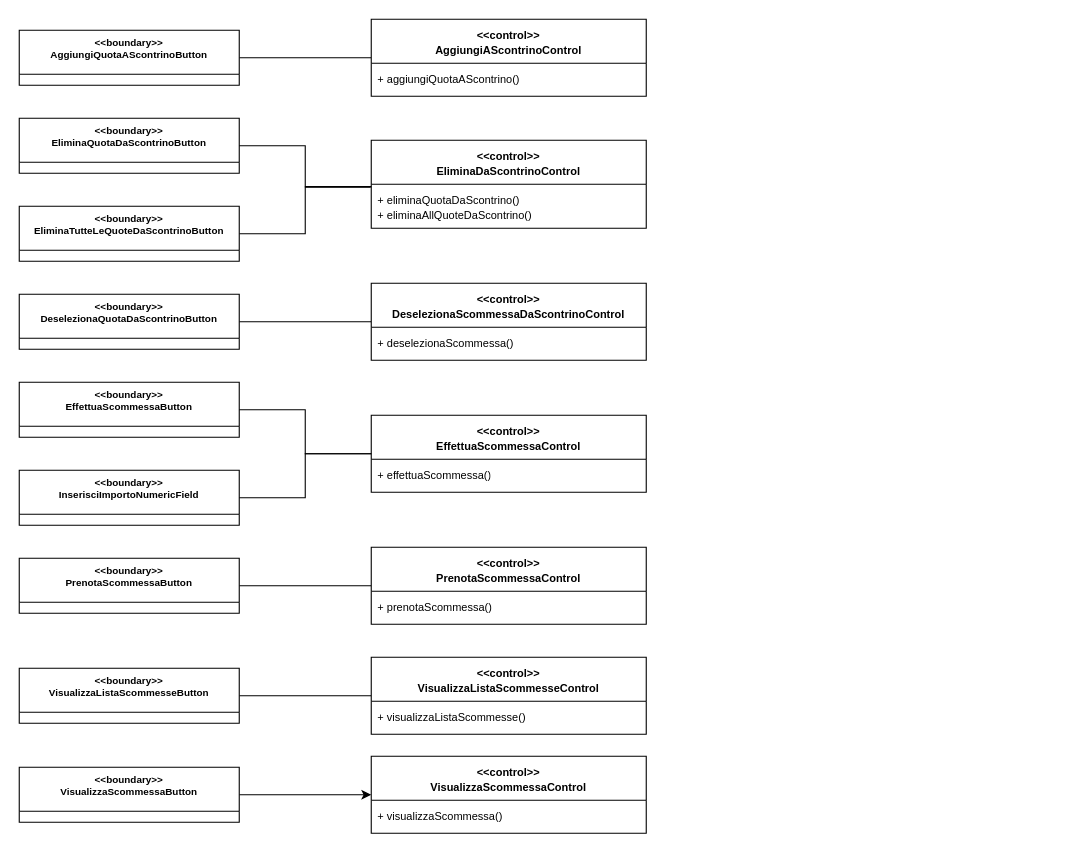
Above: MO_GSC_1.drawio in RaffyManzo/ISProject (draw.io), before the change. Source tidied: cells renumbered, new cells numbered last; positions are measured from the earlier drawing's top-left corner, leaving out a move shared by most shapes. Both pictures are drawn from the tidied source at 110%, with x=0, y=0 at pixel (19, 19).
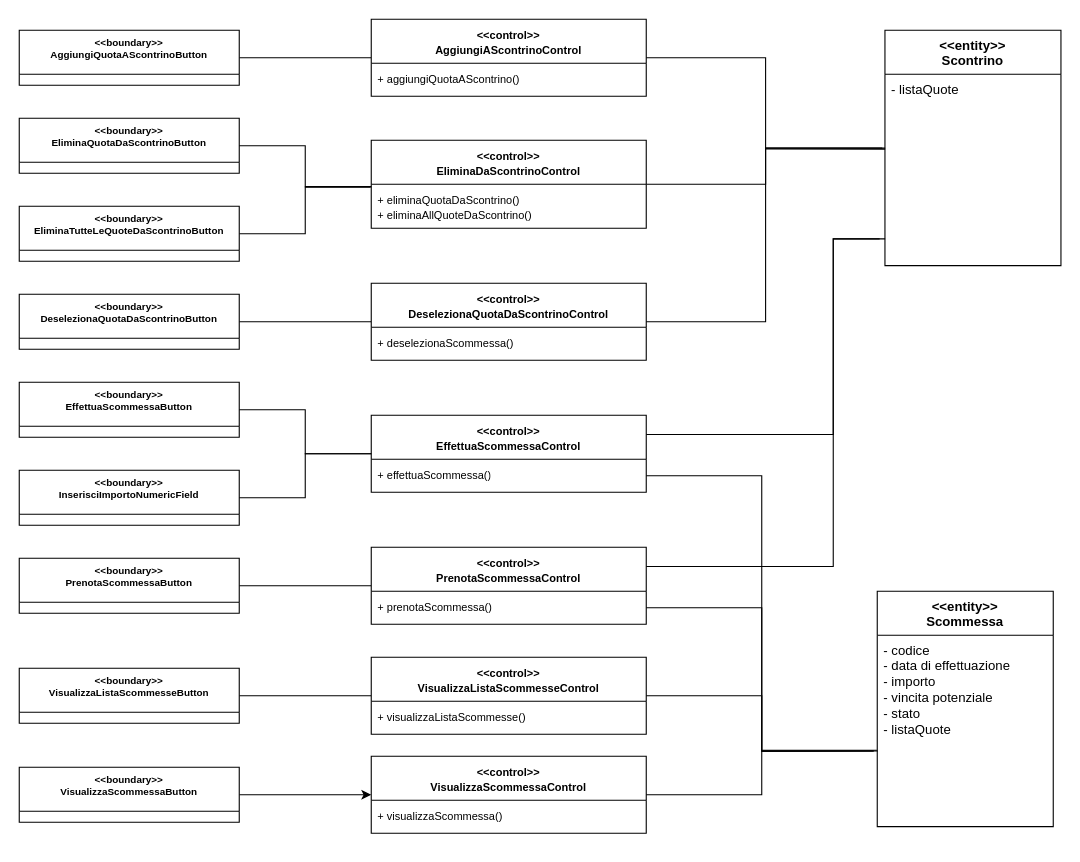
The same diagram, later.

The change refers to these unchanged cells:
```xml
<mxCell id="17" value="&lt;font style=&quot;font-size: 10px;&quot;&gt;&amp;lt;&amp;lt;control&amp;gt;&amp;gt;&lt;br&gt;&lt;span id=&quot;docs-internal-guid-7ee03893-7fff-98da-c368-7b05f4dbbb7c&quot; style=&quot;font-family: &amp;quot;Century Gothic&amp;quot;, sans-serif; color: rgb(0, 0, 0); background-color: transparent; font-weight: 700; font-style: normal; font-variant: normal; text-decoration: none; vertical-align: baseline; white-space: pre-wrap;&quot;&gt;AggiungiAScontrinoControl&lt;/span&gt;&lt;/font&gt;&lt;br&gt;&lt;br&gt;&lt;font style=&quot;font-size: 9px;&quot;&gt;&lt;br&gt;&lt;/font&gt;&lt;div&gt;&lt;br/&gt;&lt;/div&gt;" style="swimlane;fontStyle=1;align=center;verticalAlign=top;horizontal=1;startSize=40;whiteSpace=wrap;html=1;" parent="1" vertex="1">
  <mxGeometry x="320" width="250" height="70" as="geometry" />
</mxCell>
<mxCell id="19" value="&lt;font style=&quot;font-size: 10px;&quot;&gt;&amp;lt;&amp;lt;control&amp;gt;&amp;gt;&lt;br&gt;&lt;span id=&quot;docs-internal-guid-7ee03893-7fff-98da-c368-7b05f4dbbb7c&quot; style=&quot;font-family: &amp;quot;Century Gothic&amp;quot;, sans-serif; color: rgb(0, 0, 0); background-color: transparent; font-weight: 700; font-style: normal; font-variant: normal; text-decoration: none; vertical-align: baseline; white-space: pre-wrap;&quot;&gt;EliminaDaScontrinoControl&lt;/span&gt;&lt;/font&gt;&lt;br&gt;&lt;br&gt;&lt;font style=&quot;font-size: 9px;&quot;&gt;&lt;br&gt;&lt;/font&gt;&lt;div&gt;&lt;br&gt;&lt;/div&gt;" style="swimlane;fontStyle=1;align=center;verticalAlign=top;horizontal=1;startSize=40;whiteSpace=wrap;html=1;" parent="1" vertex="1">
  <mxGeometry x="320" y="110" width="250" height="80" as="geometry" />
</mxCell>
<mxCell id="22" value="&lt;font style=&quot;font-size: 10px;&quot;&gt;&amp;lt;&amp;lt;control&amp;gt;&amp;gt;&lt;br&gt;&lt;span id=&quot;docs-internal-guid-7ee03893-7fff-98da-c368-7b05f4dbbb7c&quot; style=&quot;font-family: &amp;quot;Century Gothic&amp;quot;, sans-serif; color: rgb(0, 0, 0); background-color: transparent; font-weight: 700; font-style: normal; font-variant: normal; text-decoration: none; vertical-align: baseline; white-space: pre-wrap;&quot;&gt;PrenotaScommessaControl&lt;/span&gt;&lt;/font&gt;&lt;br&gt;&lt;br&gt;&lt;font style=&quot;font-size: 9px;&quot;&gt;&lt;br&gt;&lt;/font&gt;&lt;div&gt;&lt;br&gt;&lt;/div&gt;" style="swimlane;fontStyle=1;align=center;verticalAlign=top;horizontal=1;startSize=40;whiteSpace=wrap;html=1;" parent="1" vertex="1">
  <mxGeometry x="320" y="480" width="250" height="70" as="geometry" />
</mxCell>
<mxCell id="23" value="&lt;font style=&quot;font-size: 10px;&quot;&gt;+ prenotaScommessa()&lt;/font&gt;" style="text;strokeColor=none;fillColor=none;align=left;verticalAlign=top;spacingLeft=4;spacingRight=4;overflow=hidden;points=[[0,0.5],[1,0.5]];portConstraint=eastwest;whiteSpace=wrap;html=1;" parent="22" vertex="1">
  <mxGeometry y="40" width="250" height="30" as="geometry" />
</mxCell>
<mxCell id="24" value="&lt;font style=&quot;font-size: 10px;&quot;&gt;&amp;lt;&amp;lt;control&amp;gt;&amp;gt;&lt;br&gt;EffettuaScommessaControl&lt;/font&gt;&lt;br&gt;&lt;br&gt;&lt;font style=&quot;font-size: 9px;&quot;&gt;&lt;br&gt;&lt;/font&gt;&lt;div&gt;&lt;br&gt;&lt;/div&gt;" style="swimlane;fontStyle=1;align=center;verticalAlign=top;horizontal=1;startSize=40;whiteSpace=wrap;html=1;" parent="1" vertex="1">
  <mxGeometry x="320" y="360" width="250" height="70" as="geometry" />
</mxCell>
<mxCell id="25" value="&lt;font style=&quot;font-size: 10px;&quot;&gt;+ effettuaScommessa()&lt;/font&gt;" style="text;strokeColor=none;fillColor=none;align=left;verticalAlign=top;spacingLeft=4;spacingRight=4;overflow=hidden;points=[[0,0.5],[1,0.5]];portConstraint=eastwest;whiteSpace=wrap;html=1;" parent="24" vertex="1">
  <mxGeometry y="40" width="250" height="30" as="geometry" />
</mxCell>
<mxCell id="30" value="&lt;font style=&quot;font-size: 10px;&quot;&gt;&amp;lt;&amp;lt;control&amp;gt;&amp;gt;&lt;br&gt;&lt;span id=&quot;docs-internal-guid-7ee03893-7fff-98da-c368-7b05f4dbbb7c&quot; style=&quot;font-family: &amp;quot;Century Gothic&amp;quot;, sans-serif; color: rgb(0, 0, 0); background-color: transparent; font-weight: 700; font-style: normal; font-variant: normal; text-decoration: none; vertical-align: baseline; white-space: pre-wrap;&quot;&gt;VisualizzaListaScommesseControl&lt;/span&gt;&lt;/font&gt;&lt;br&gt;&lt;br&gt;&lt;font style=&quot;font-size: 9px;&quot;&gt;&lt;br&gt;&lt;/font&gt;&lt;div&gt;&lt;br&gt;&lt;/div&gt;" style="swimlane;fontStyle=1;align=center;verticalAlign=top;horizontal=1;startSize=40;whiteSpace=wrap;html=1;" parent="1" vertex="1">
  <mxGeometry x="320" y="580" width="250" height="70" as="geometry" />
</mxCell>
<mxCell id="32" value="&lt;font style=&quot;font-size: 10px;&quot;&gt;&amp;lt;&amp;lt;control&amp;gt;&amp;gt;&lt;br&gt;&lt;span id=&quot;docs-internal-guid-7ee03893-7fff-98da-c368-7b05f4dbbb7c&quot; style=&quot;font-family: &amp;quot;Century Gothic&amp;quot;, sans-serif; color: rgb(0, 0, 0); background-color: transparent; font-weight: 700; font-style: normal; font-variant: normal; text-decoration: none; vertical-align: baseline; white-space: pre-wrap;&quot;&gt;VisualizzaScommessaControl&lt;/span&gt;&lt;/font&gt;&lt;br&gt;&lt;br&gt;&lt;font style=&quot;font-size: 9px;&quot;&gt;&lt;br&gt;&lt;/font&gt;&lt;div&gt;&lt;br&gt;&lt;/div&gt;" style="swimlane;fontStyle=1;align=center;verticalAlign=top;horizontal=1;startSize=40;whiteSpace=wrap;html=1;" parent="1" vertex="1">
  <mxGeometry x="320" y="670" width="250" height="70" as="geometry" />
</mxCell>
```

The edit, as a diff of the source:
```diff
@@
-    <mxCell id="28" value="&lt;font style=&quot;font-size: 10px;&quot;&gt;&amp;lt;&amp;lt;control&amp;gt;&amp;gt;&lt;br&gt;DeselezionaScommessaDaScontrinoControl&lt;/font&gt;&lt;br&gt;&lt;br&gt;&lt;font style=&quot;font-size: 9px;&quot;&gt;&lt;br&gt;&lt;/font&gt;&lt;div&gt;&lt;br&gt;&lt;/div&gt;" style="swimlane;fontStyle=1;align=center;verticalAlign=top;horizontal=1;startSize=40;whiteSpace=wrap;html=1;" parent="1" vertex="1">
+    <mxCell id="28" value="&lt;font style=&quot;font-size: 10px;&quot;&gt;&amp;lt;&amp;lt;control&amp;gt;&amp;gt;&lt;br&gt;DeselezionaQuotaDaScontrinoControl&lt;/font&gt;&lt;br&gt;&lt;br&gt;&lt;font style=&quot;font-size: 9px;&quot;&gt;&lt;br&gt;&lt;/font&gt;&lt;div&gt;&lt;br&gt;&lt;/div&gt;" style="swimlane;fontStyle=1;align=center;verticalAlign=top;horizontal=1;startSize=40;whiteSpace=wrap;html=1;" parent="1" vertex="1">
       <mxGeometry x="320" y="240" width="250" height="70" as="geometry" />
     </mxCell>
@@
+    <mxCell id="34" value="&amp;lt;&amp;lt;entity&amp;gt;&amp;gt;&lt;br&gt;Scommessa" style="swimlane;fontStyle=1;align=center;verticalAlign=top;horizontal=1;startSize=40;whiteSpace=wrap;html=1;" parent="1" vertex="1">
+      <mxGeometry x="780" y="520" width="160" height="214" as="geometry" />
+    </mxCell>
+    <mxCell id="35" value="&lt;div&gt;- codice&lt;br&gt;- data di effettuazione&lt;/div&gt;&lt;div&gt;- importo&lt;/div&gt;&lt;div&gt;- vincita potenziale&lt;/div&gt;&lt;div&gt;- stato&lt;/div&gt;&lt;div&gt;- listaQuote&lt;br&gt;&lt;/div&gt;&lt;div&gt;&lt;br&gt;&lt;/div&gt;" style="text;strokeColor=none;fillColor=none;align=left;verticalAlign=top;spacingLeft=4;spacingRight=4;overflow=hidden;points=[[0,0.5],[1,0.5]];portConstraint=eastwest;whiteSpace=wrap;html=1;" parent="34" vertex="1">
+      <mxGeometry y="40" width="160" height="174" as="geometry" />
+    </mxCell>
+    <mxCell id="36" style="edgeStyle=orthogonalEdgeStyle;rounded=0;jettySize=auto;html=1;exitX=1;exitY=0.5;exitDx=0;exitDy=0;entryX=-0.023;entryY=0.605;entryDx=0;entryDy=0;entryPerimeter=0;endArrow=none;endFill=0;" parent="1" edge="1" source="32" target="35">
+      <mxGeometry relative="1" as="geometry" />
+    </mxCell>
+    <mxCell id="37" style="edgeStyle=orthogonalEdgeStyle;rounded=0;jettySize=auto;html=1;exitX=1;exitY=0.5;exitDx=0;exitDy=0;endArrow=none;endFill=0;entryX=-0.018;entryY=0.605;entryDx=0;entryDy=0;entryPerimeter=0;" parent="1" edge="1" source="30" target="35">
+      <mxGeometry relative="1" as="geometry" />
+    </mxCell>
+    <mxCell id="38" style="edgeStyle=orthogonalEdgeStyle;rounded=0;jettySize=auto;html=1;exitX=1;exitY=0.5;exitDx=0;exitDy=0;entryX=-0.002;entryY=0.601;entryDx=0;entryDy=0;entryPerimeter=0;endArrow=none;endFill=0;" parent="1" edge="1" source="23" target="35">
+      <mxGeometry relative="1" as="geometry" />
+    </mxCell>
+    <mxCell id="39" style="edgeStyle=orthogonalEdgeStyle;rounded=0;jettySize=auto;html=1;exitX=1;exitY=0.5;exitDx=0;exitDy=0;entryX=0.003;entryY=0.605;entryDx=0;entryDy=0;entryPerimeter=0;endArrow=none;endFill=0;" parent="1" edge="1" source="25" target="35">
+      <mxGeometry relative="1" as="geometry" />
+    </mxCell>
+    <mxCell id="40" value="&amp;lt;&amp;lt;entity&amp;gt;&amp;gt;&lt;br&gt;Scontrino" style="swimlane;fontStyle=1;align=center;verticalAlign=top;horizontal=1;startSize=40;whiteSpace=wrap;html=1;" parent="1" vertex="1">
+      <mxGeometry x="787" y="10" width="160" height="214" as="geometry" />
+    </mxCell>
+    <mxCell id="41" value="&lt;div&gt;- listaQuote&lt;br&gt;&lt;/div&gt;&lt;div&gt;&lt;br&gt;&lt;/div&gt;" style="text;strokeColor=none;fillColor=none;align=left;verticalAlign=top;spacingLeft=4;spacingRight=4;overflow=hidden;points=[[0,0.5],[1,0.5]];portConstraint=eastwest;whiteSpace=wrap;html=1;" parent="40" vertex="1">
+      <mxGeometry y="40" width="160" height="174" as="geometry" />
+    </mxCell>
+    <mxCell id="42" style="edgeStyle=orthogonalEdgeStyle;rounded=0;jettySize=auto;html=1;exitX=1;exitY=0.5;exitDx=0;exitDy=0;entryX=0.001;entryY=0.391;entryDx=0;entryDy=0;entryPerimeter=0;endArrow=none;endFill=0;" parent="1" edge="1" source="17" target="41">
+      <mxGeometry relative="1" as="geometry" />
+    </mxCell>
+    <mxCell id="43" style="edgeStyle=orthogonalEdgeStyle;rounded=0;jettySize=auto;html=1;exitX=1;exitY=0.5;exitDx=0;exitDy=0;entryX=0.001;entryY=0.386;entryDx=0;entryDy=0;entryPerimeter=0;endArrow=none;endFill=0;" parent="1" edge="1" source="19" target="41">
+      <mxGeometry relative="1" as="geometry" />
+    </mxCell>
+    <mxCell id="44" style="edgeStyle=orthogonalEdgeStyle;rounded=0;jettySize=auto;html=1;exitX=1;exitY=0.5;exitDx=0;exitDy=0;entryX=-0.015;entryY=0.386;entryDx=0;entryDy=0;entryPerimeter=0;endArrow=none;endFill=0;" parent="1" edge="1" source="28" target="41">
+      <mxGeometry relative="1" as="geometry" />
+    </mxCell>
+    <mxCell id="45" style="edgeStyle=orthogonalEdgeStyle;rounded=0;jettySize=auto;html=1;exitX=1;exitY=0.25;exitDx=0;exitDy=0;entryX=-0.03;entryY=0.86;entryDx=0;entryDy=0;entryPerimeter=0;endArrow=none;endFill=0;" parent="1" edge="1" source="22" target="41">
+      <mxGeometry relative="1" as="geometry">
+        <Array as="points">
+          <mxPoint x="740" y="498" />
+          <mxPoint x="740" y="200" />
+        </Array>
+      </mxGeometry>
+    </mxCell>
+    <mxCell id="46" style="edgeStyle=orthogonalEdgeStyle;rounded=0;jettySize=auto;html=1;exitX=1;exitY=0.25;exitDx=0;exitDy=0;entryX=0.001;entryY=0.86;entryDx=0;entryDy=0;entryPerimeter=0;endArrow=none;endFill=0;" parent="1" edge="1" source="24" target="41">
+      <mxGeometry relative="1" as="geometry">
+        <Array as="points">
+          <mxPoint x="740" y="378" />
+          <mxPoint x="740" y="200" />
+        </Array>
+      </mxGeometry>
+    </mxCell>
```
